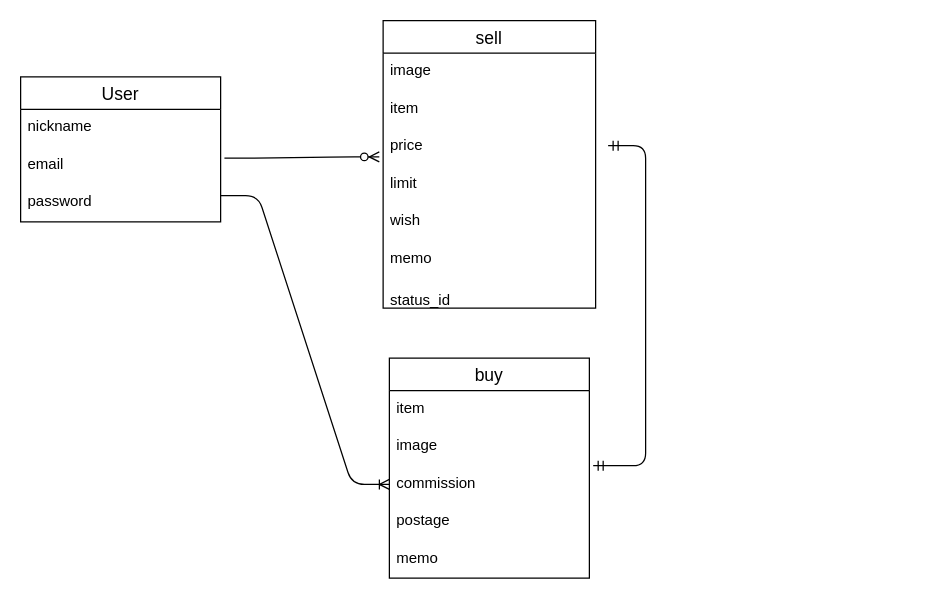
Earlier version of the draw.io diagram test.dio (mayaya6917/buybye). Source tidied: cells renumbered, new cells numbered last; positions are measured from the earlier drawing's top-left corner, leaving out a move shared by most shapes. Both pictures are drawn from the tidied source at 125%, with x=0, y=0 at pixel (20, 20).
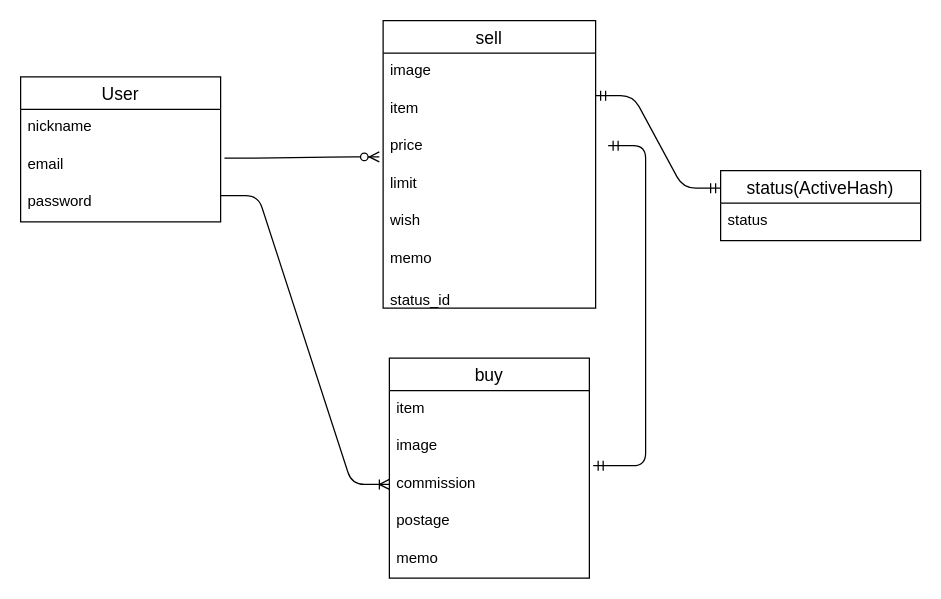
After the change.

Change to the diagram source:
```diff
@@
+    <mxCell id="23" value="status(ActiveHash)" style="swimlane;fontStyle=0;horizontal=1;startSize=26;align=center;fontSize=14;" parent="1" vertex="1">
+      <mxGeometry x="560" y="120" width="160" height="56" as="geometry" />
+    </mxCell>
+    <mxCell id="24" value="status" style="text;strokeColor=none;fillColor=none;spacingLeft=4;spacingRight=4;overflow=hidden;fontSize=12;" parent="23" vertex="1">
+      <mxGeometry y="26" width="160" height="30" as="geometry" />
+    </mxCell>
+    <mxCell id="25" style="edgeStyle=entityRelationEdgeStyle;fontSize=12;html=1;endArrow=ERmandOne;startArrow=ERmandOne;entryX=0;entryY=0.25;entryDx=0;entryDy=0;" parent="1" edge="1" target="23">
+      <mxGeometry relative="1" as="geometry">
+        <mxPoint x="460" y="60" as="sourcePoint" />
+      </mxGeometry>
+    </mxCell>
```
